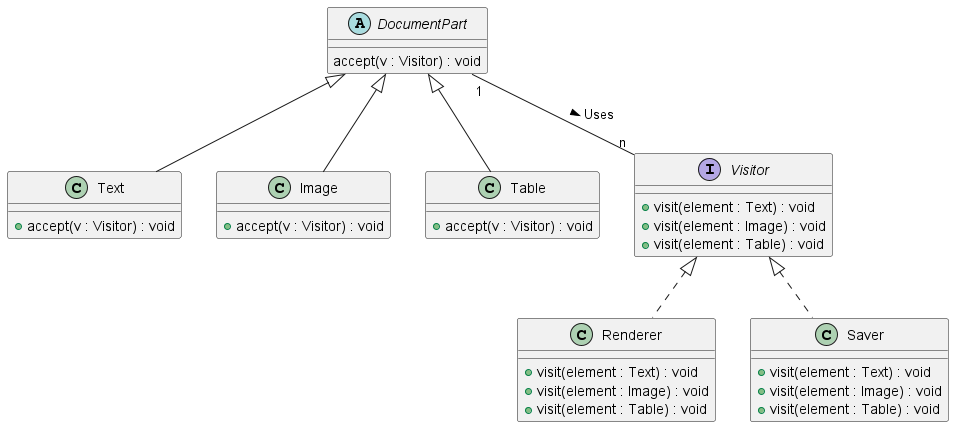
The PlantUML diagram dojo-dungeon/todo-assets/Fragen_Pattern/UML_Klassendiagramm7.png in Dungeon-CampusMinden/Dungeon, before a commit. The source it was exported from:
```plantuml
@startuml UML_Klassendiagramm7.png
abstract class DocumentPart {
    accept(v : Visitor) : void
}

class Text extends DocumentPart {
    +accept(v : Visitor) : void
}
class Image extends DocumentPart {
    +accept(v : Visitor) : void
}
class Table extends DocumentPart {
    +accept(v : Visitor) : void
}

interface Visitor {
    +visit(element : Text) : void
    +visit(element : Image) : void
    +visit(element : Table) : void
}

class Renderer implements Visitor {
    +visit(element : Text) : void
    +visit(element : Image) : void
    +visit(element : Table) : void
}
class Saver implements Visitor {
    +visit(element : Text) : void
    +visit(element : Image) : void
    +visit(element : Table) : void
}

DocumentPart "1" -- "n" Visitor : > Uses
@enduml
```
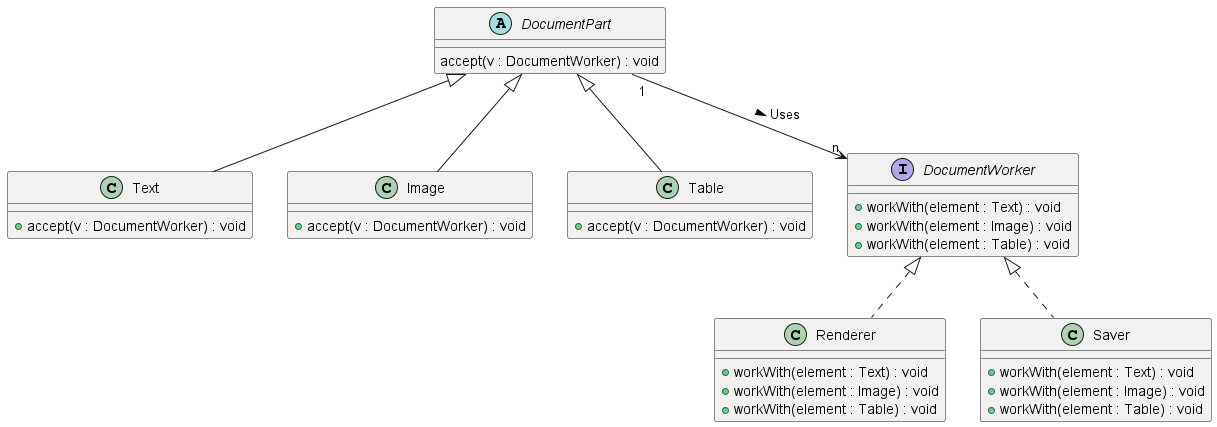
After the commit.

Commit message:
modified:   dojo-dungeon/todo-assets/Fragen_Pattern/UML_Klassendiagramm7.png (names fixed) modified:   dojo-dungeon/todo-assets/Fragen_Pattern/UML_Klassendiagramm7_source.pu (names fixed)

Change to the diagram source:
```diff
@@ -1,34 +1,34 @@
 @startuml UML_Klassendiagramm7.png
 abstract class DocumentPart {
-    accept(v : Visitor) : void
+    accept(v : DocumentWorker) : void
 }
 
 class Text extends DocumentPart {
-    +accept(v : Visitor) : void
+    +accept(v : DocumentWorker) : void
 }
 class Image extends DocumentPart {
-    +accept(v : Visitor) : void
+    +accept(v : DocumentWorker) : void
 }
 class Table extends DocumentPart {
-    +accept(v : Visitor) : void
+    +accept(v : DocumentWorker) : void
 }
 
-interface Visitor {
-    +visit(element : Text) : void
-    +visit(element : Image) : void
-    +visit(element : Table) : void
+interface DocumentWorker {
+    +workWith(element : Text) : void
+    +workWith(element : Image) : void
+    +workWith(element : Table) : void
 }
 
-class Renderer implements Visitor {
-    +visit(element : Text) : void
-    +visit(element : Image) : void
-    +visit(element : Table) : void
+class Renderer implements DocumentWorker {
+    +workWith(element : Text) : void
+    +workWith(element : Image) : void
+    +workWith(element : Table) : void
 }
-class Saver implements Visitor {
-    +visit(element : Text) : void
-    +visit(element : Image) : void
-    +visit(element : Table) : void
+class Saver implements DocumentWorker {
+    +workWith(element : Text) : void
+    +workWith(element : Image) : void
+    +workWith(element : Table) : void
 }
 
-DocumentPart "1" -- "n" Visitor : > Uses
+DocumentPart "1" --> "n" DocumentWorker : > Uses
 @enduml
```
